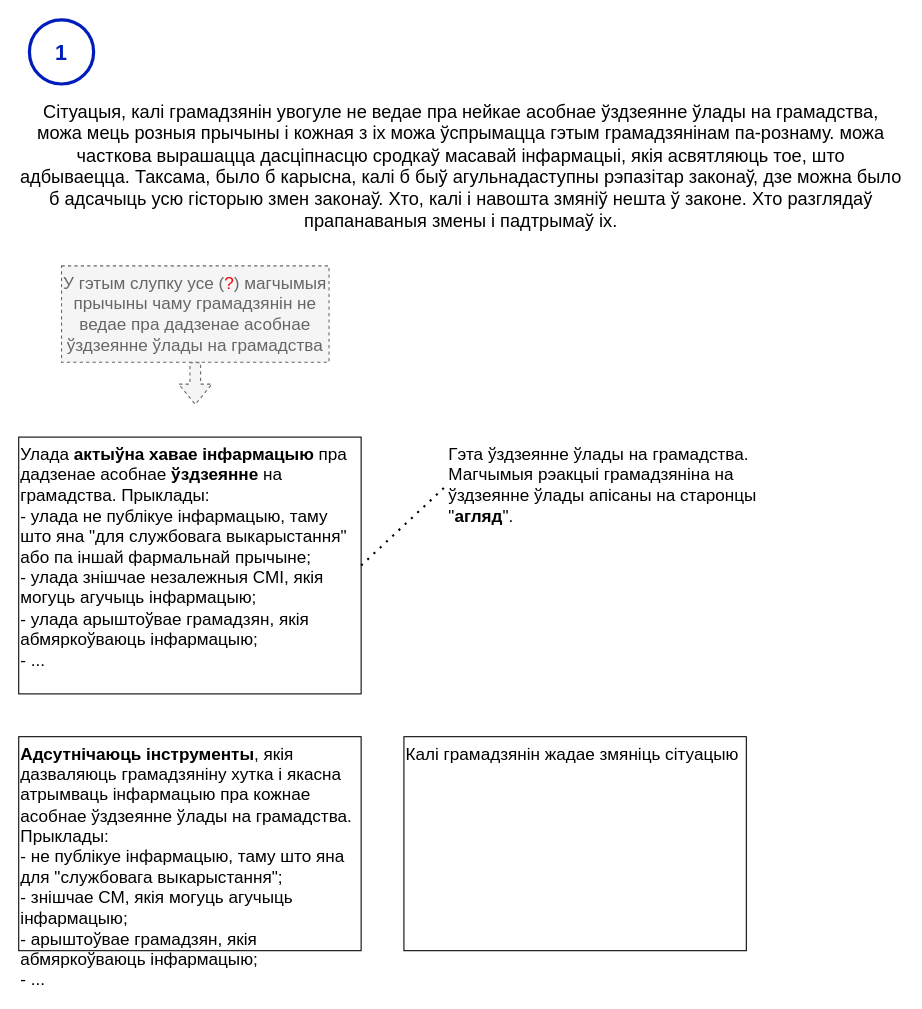
Above: page "нататка-1" (2 of 2) of current-reality-tree/Дрэва цяперашняй рэальнасці.drawio in mshurkaeu-public/i-care.by (draw.io), before the change. Source tidied: cells renumbered, new cells numbered last; positions are measured from the earlier drawing's top-left corner, leaving out a move shared by most shapes. Both pictures are drawn from the tidied source at 107%, with x=0, y=0 at pixel (18, 19).
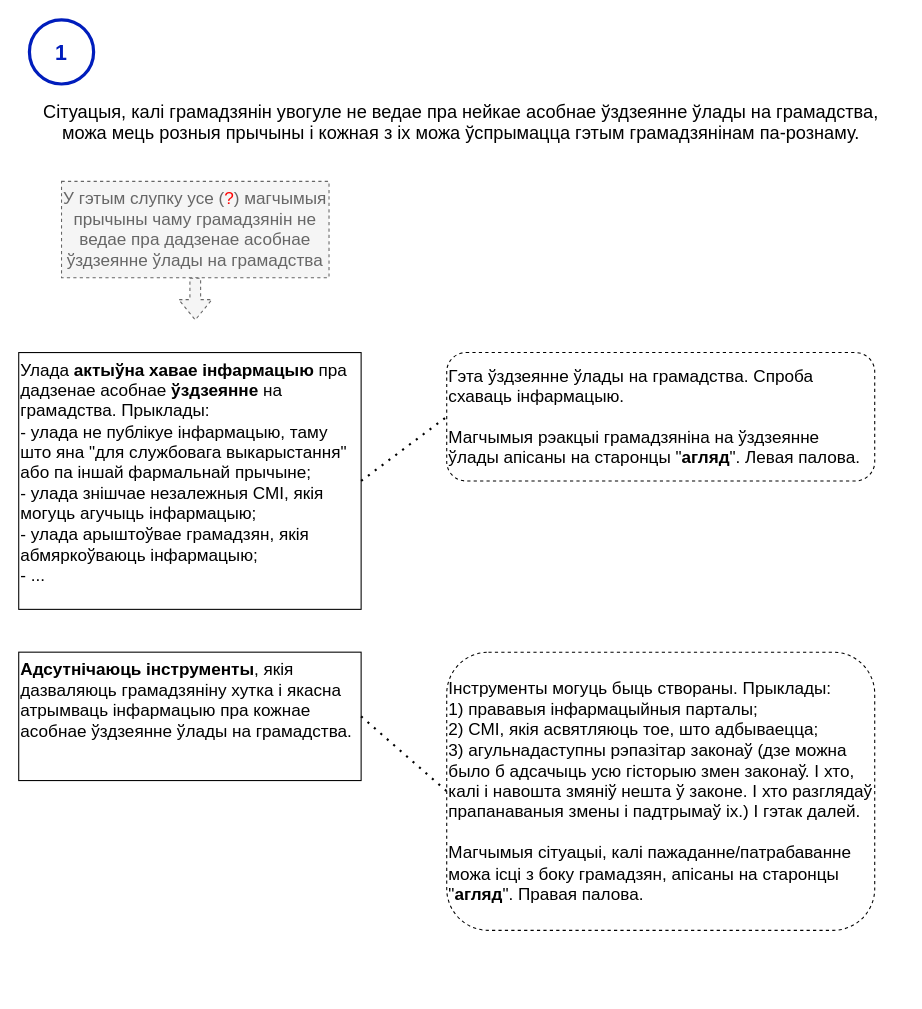
Above is the later version.

Commit message:
The 37 version of the current reality tree

Diff of the diagram source:
```diff
@@
 <mxGraphModel>
   <root>
     <mxCell id="0" />
     <mxCell id="1" parent="0" />
-    <mxCell id="2" value="Сітуацыя, калі грамадзянін увогуле не ведае пра нейкае асобнае ўздзеянне ўлады на грамадства, можа мець розныя прычыны і кожная з іх можа ўспрымацца гэтым грамадзянінам па-рознаму. можа часткова вырашацца дасціпнасцю сродкаў масавай інфармацыі, якія асвятляюць тое, што адбываецца. Таксама, было б карысна, калі б быў агульнадаступны рэпазітар законаў, дзе можна было б адсачыць усю гісторыю змен законаў. Хто, калі і навошта змяніў нешта ў законе. Хто разглядаў прапанаваныя змены і падтрымаў іх." style="text;html=1;strokeColor=none;fillColor=none;align=center;verticalAlign=top;whiteSpace=wrap;rounded=0;fontSize=17;" parent="1" vertex="1">
-      <mxGeometry y="70" width="827" height="120" as="geometry" />
+    <mxCell id="2" value="Сітуацыя, калі грамадзянін увогуле не ведае пра нейкае асобнае ўздзеянне ўлады на грамадства, можа мець розныя прычыны і кожная з іх можа ўспрымацца гэтым грамадзянінам па-рознаму." style="text;html=1;strokeColor=none;fillColor=none;align=center;verticalAlign=top;whiteSpace=wrap;rounded=0;fontSize=17;" parent="1" vertex="1">
+      <mxGeometry y="70" width="827" height="60" as="geometry" />
     </mxCell>
     <mxCell id="3" style="verticalLabelPosition=bottom;verticalAlign=top;html=1;shape=mxgraph.flowchart.on-page_reference;strokeWidth=3;fillColor=none;fontColor=#ffffff;strokeColor=#001DBC;comic=0;" parent="1" vertex="1">
       <mxGeometry x="10" width="60" height="60" as="geometry" />
     </mxCell>
     <mxCell id="4" value="1" style="text;html=1;strokeColor=none;fillColor=none;align=center;verticalAlign=middle;whiteSpace=wrap;rounded=0;fontColor=#001DBC;fontSize=20;fontStyle=1;" parent="1" vertex="1">
       <mxGeometry x="10" y="15" width="60" height="30" as="geometry" />
     </mxCell>
     <mxCell id="5" value="У гэтым слупку усе (&lt;font color=&quot;#ff0000&quot;&gt;?&lt;/font&gt;) магчымыя прычыны чаму грамадзянін не ведае пра дадзенае асобнае ўздзеянне ўлады на грамадства" style="text;html=1;strokeColor=#666666;fillColor=#f5f5f5;align=center;verticalAlign=top;whiteSpace=wrap;rounded=0;fontSize=16;fontColor=#666666;dashed=1;" parent="1" vertex="1">
-      <mxGeometry x="40" y="230" width="250" height="90" as="geometry" />
+      <mxGeometry x="40" y="151" width="250" height="90" as="geometry" />
     </mxCell>
     <mxCell id="6" style="shape=flexArrow;endArrow=classic;html=1;rounded=0;exitX=0.5;exitY=1;exitDx=0;exitDy=0;fillColor=#f5f5f5;strokeColor=#666666;dashed=1;" parent="1" edge="1" source="5">
       <mxGeometry relative="1" as="geometry">
-        <mxPoint x="165" y="360" as="targetPoint" />
+        <mxPoint x="165" y="281" as="targetPoint" />
       </mxGeometry>
     </mxCell>
     <mxCell id="7" value="Улада &lt;b&gt;актыўна хавае інфармацыю&lt;/b&gt; пра дадзенае асобнае &lt;b&gt;ўздзеянне&lt;/b&gt; на грамадства. Прыклады:&lt;br&gt;- улада не публікуе інфармацыю, таму што яна &quot;для службовага выкарыстання&quot; або па іншай фармальнай прычыне;&lt;br&gt;- улада знішчае незалежныя СМІ, якія могуць агучыць інфармацыю;&lt;br&gt;- улада арыштоўвае грамадзян, якія абмяркоўваюць інфармацыю;&lt;br&gt;- ...&lt;br&gt; " style="text;html=1;align=left;verticalAlign=top;whiteSpace=wrap;rounded=0;fontSize=16;strokeColor=default;" parent="1" vertex="1">
-      <mxGeometry y="390" width="320" height="240" as="geometry" />
+      <mxGeometry y="311" width="320" height="240" as="geometry" />
     </mxCell>
-    <mxCell id="8" value="&lt;b&gt;Адсутнічаюць інструменты&lt;/b&gt;, якія дазваляюць грамадзяніну хутка і якасна атрымваць інфармацыю пра кожнае асобнае ўздзеянне ўлады на грамадства. Прыклады:&lt;br&gt;- не публікуе інфармацыю, таму што яна для &quot;службовага выкарыстання&quot;;&lt;br&gt;- знішчае СМ, якія могуць агучыць інфармацыю;&lt;br&gt;- арыштоўвае грамадзян, якія абмяркоўваюць інфармацыю;&lt;br&gt;- ...&lt;br&gt; " style="text;html=1;align=left;verticalAlign=top;whiteSpace=wrap;rounded=0;fontSize=16;strokeColor=default;" parent="1" vertex="1">
-      <mxGeometry y="670" width="320" height="200" as="geometry" />
+    <mxCell id="8" value="&lt;b&gt;Адсутнічаюць інструменты&lt;/b&gt;, якія дазваляюць грамадзяніну хутка і якасна атрымваць інфармацыю пра кожнае асобнае ўздзеянне ўлады на грамадства.&lt;br&gt; " style="text;html=1;align=left;verticalAlign=top;whiteSpace=wrap;rounded=0;fontSize=16;strokeColor=default;" parent="1" vertex="1">
+      <mxGeometry y="591" width="320" height="120" as="geometry" />
     </mxCell>
-    <mxCell id="9" value="&lt;span&gt;Калі грамадзянін жадае змяніць сітуацыю&lt;br&gt;&lt;/span&gt;" style="text;html=1;align=left;verticalAlign=top;whiteSpace=wrap;rounded=0;fontSize=16;strokeColor=default;fontStyle=0;" parent="1" vertex="1">
-      <mxGeometry x="360" y="670" width="320" height="200" as="geometry" />
+    <mxCell id="9" value="&lt;span&gt;Інструменты могуць быць створаны. Прыклады:&lt;br&gt;1) прававыя інфармацыйныя парталы;&lt;br&gt;2) СМІ, якія асвятляюць тое, што адбываецца;&lt;br&gt;3) &lt;/span&gt;агульнадаступны рэпазітар законаў (дзе можна было б адсачыць усю гісторыю змен законаў. І хто, калі і навошта змяніў нешта ў законе. І хто разглядаў прапанаваныя змены і падтрымаў іх.) І гэтак далей.&lt;br&gt;&lt;br&gt;Магчымыя сітуацыі, калі пажаданне/патрабаванне можа ісці з боку грамадзян, апісаны на старонцы &quot;&lt;b&gt;агляд&lt;/b&gt;&quot;. Правая палова." style="text;html=1;align=left;verticalAlign=middle;whiteSpace=wrap;rounded=1;fontSize=16;strokeColor=default;fontStyle=0;dashed=1;" parent="1" vertex="1">
+      <mxGeometry x="400" y="591" width="400" height="260" as="geometry" />
     </mxCell>
-    <mxCell id="10" value="&lt;span&gt;Гэта ўздзеянне ўлады на грамадства. Магчымыя рэакцыі грамадзяніна на ўздзеянне ўлады апісаны на старонцы &quot;&lt;b&gt;агляд&lt;/b&gt;&quot;.&lt;br&gt;&lt;/span&gt;" style="text;html=1;align=left;verticalAlign=top;whiteSpace=wrap;rounded=0;fontSize=16;strokeColor=none;fontStyle=0;" parent="1" vertex="1">
-      <mxGeometry x="400" y="390" width="320" height="90" as="geometry" />
+    <mxCell id="10" value="&lt;span&gt;Гэта ўздзеянне ўлады на грамадства. Спроба схаваць інфармацыю.&lt;br&gt;&lt;br&gt;Магчымыя рэакцыі грамадзяніна на ўздзеянне ўлады апісаны на старонцы &quot;&lt;b&gt;агляд&lt;/b&gt;&quot;. Левая палова.&lt;br&gt;&lt;/span&gt;" style="text;html=1;align=left;verticalAlign=middle;whiteSpace=wrap;rounded=1;fontSize=16;strokeColor=default;fontStyle=0;glass=0;shadow=0;dashed=1;" parent="1" vertex="1">
+      <mxGeometry x="400" y="311" width="400" height="120" as="geometry" />
     </mxCell>
     <mxCell id="11" style="endArrow=none;dashed=1;html=1;dashPattern=1 3;strokeWidth=2;rounded=0;exitX=1;exitY=0.5;exitDx=0;exitDy=0;entryX=0;entryY=0.5;entryDx=0;entryDy=0;" parent="1" edge="1" source="7" target="10">
       <mxGeometry relative="1" as="geometry" />
     </mxCell>
+    <mxCell id="12" style="endArrow=none;dashed=1;html=1;dashPattern=1 3;strokeWidth=2;rounded=0;exitX=1;exitY=0.5;exitDx=0;exitDy=0;entryX=0;entryY=0.5;entryDx=0;entryDy=0;" parent="1" edge="1" source="8" target="9">
+      <mxGeometry relative="1" as="geometry" />
+    </mxCell>
   </root>
 </mxGraphModel>
```
